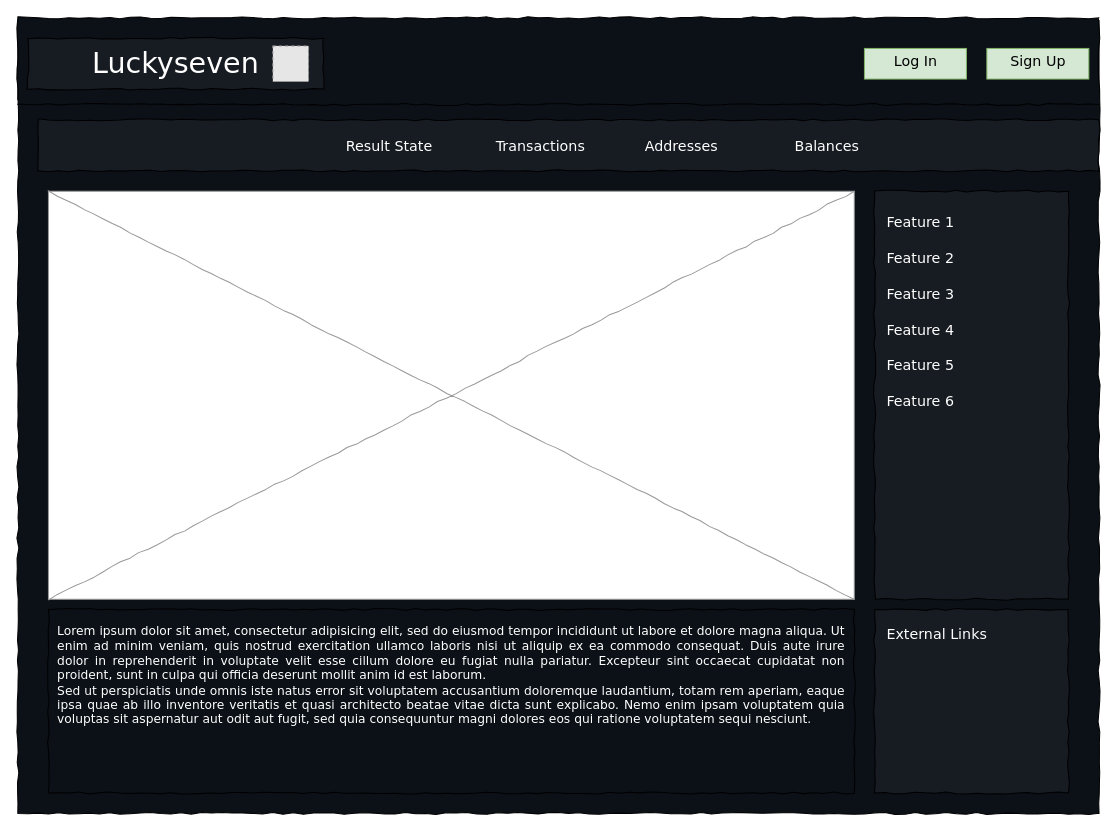
Earlier version of the draw.io diagram L7_MockUp.drawio (luckysevenio/luckyseven-finance-frontend). Source tidied: cells renumbered, new cells numbered last; positions are measured from the earlier drawing's top-left corner, leaving out a move shared by most shapes. Both pictures are drawn from the tidied source at 102%, with x=0, y=0 at pixel (17, 17). Pictures stored in the file or linked from it are replaced by grey dashed boxes.
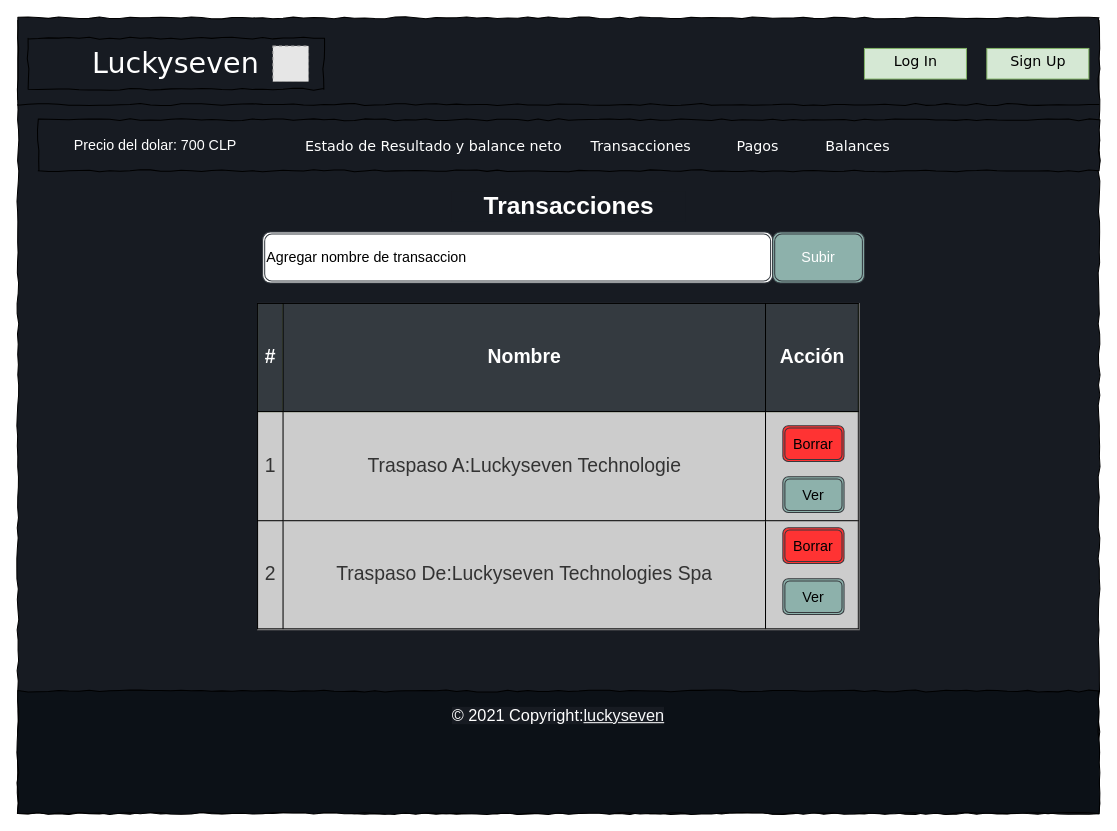
After the change.

Commit message:
Transaccion_MockUp

What changed in the source:
```diff
@@
-    <mxCell id="3" style="whiteSpace=wrap;html=1;rounded=0;shadow=0;labelBackgroundColor=#ffffff;strokeWidth=1;fontFamily=Verdana;fontSize=12;align=center;comic=1;fillColor=#0C1117;fontColor=#FFFFFF;gradientDirection=north;verticalAlign=middle;" parent="1" vertex="1">
+    <mxCell id="3" style="whiteSpace=wrap;html=1;rounded=0;shadow=0;labelBackgroundColor=#ffffff;strokeWidth=1;fontFamily=Verdana;fontSize=12;align=center;comic=1;fontColor=#FFFFFF;gradientDirection=north;verticalAlign=middle;fillColor=#171b22;" parent="1" vertex="1">
       <mxGeometry width="1060" height="780" as="geometry" />
     </mxCell>
@@
-    <mxCell id="8" value="Result State" style="text;html=1;align=left;verticalAlign=top;spacingTop=-4;fontSize=14;fontFamily=Verdana;fontColor=#FFFFFF;" parent="1" vertex="1">
-      <mxGeometry x="320" y="115" width="60" height="20" as="geometry" />
+    <mxCell id="8" value="Estado de Resultado y balance neto" style="text;html=1;align=left;verticalAlign=top;spacingTop=-4;fontSize=14;fontFamily=Verdana;fontColor=#FFFFFF;" parent="1" vertex="1">
+      <mxGeometry x="280" y="115" width="260" height="20" as="geometry" />
     </mxCell>
-    <mxCell id="9" value="Transactions" style="text;html=1;align=left;verticalAlign=top;spacingTop=-4;fontSize=14;fontFamily=Verdana;fontColor=#FFFFFF;" parent="1" vertex="1">
-      <mxGeometry x="467" y="115" width="60" height="20" as="geometry" />
+    <mxCell id="9" value="Transacciones" style="text;html=1;align=left;verticalAlign=top;spacingTop=-4;fontSize=14;fontFamily=Verdana;fontColor=#FFFFFF;" parent="1" vertex="1">
+      <mxGeometry x="560" y="115" width="103" height="20" as="geometry" />
     </mxCell>
-    <mxCell id="10" value="Addresses" style="text;html=1;align=left;verticalAlign=top;spacingTop=-4;fontSize=14;fontFamily=Verdana;fontColor=#FFFFFF;" parent="1" vertex="1">
-      <mxGeometry x="613" y="115" width="60" height="20" as="geometry" />
+    <mxCell id="10" value="Pagos" style="text;html=1;align=left;verticalAlign=top;spacingTop=-4;fontSize=14;fontFamily=Verdana;fontColor=#FFFFFF;" parent="1" vertex="1">
+      <mxGeometry x="703" y="115" width="47" height="20" as="geometry" />
     </mxCell>
     <mxCell id="11" value="Balances" style="text;html=1;align=left;verticalAlign=top;spacingTop=-4;fontSize=14;fontFamily=Verdana;fontColor=#FFFFFF;" parent="1" vertex="1">
-      <mxGeometry x="760" y="115" width="60" height="20" as="geometry" />
+      <mxGeometry x="790" y="115" width="60" height="25" as="geometry" />
     </mxCell>
-    <mxCell id="12" value="&lt;div style=&quot;text-align: justify&quot;&gt;&lt;span&gt;Lorem ipsum dolor sit amet, consectetur adipisicing elit, sed do eiusmod tempor incididunt ut labore et dolore magna aliqua. Ut enim ad minim veniam, quis nostrud exercitation ullamco laboris nisi ut aliquip ex ea commodo consequat. Duis aute irure dolor in reprehenderit in voluptate velit esse cillum dolore eu fugiat nulla pariatur. Excepteur sint occaecat cupidatat non proident, sunt in culpa qui officia deserunt mollit anim id est laborum.&lt;/span&gt;&lt;/div&gt;&lt;div style=&quot;text-align: justify&quot;&gt;&lt;span&gt;Sed ut perspiciatis unde omnis iste natus error sit voluptatem accusantium doloremque laudantium, totam rem aperiam, eaque ipsa quae ab illo inventore veritatis et quasi architecto beatae vitae dicta sunt explicabo. Nemo enim ipsam voluptatem quia voluptas sit aspernatur aut odit aut fugit, sed quia consequuntur magni dolores eos qui ratione voluptatem sequi nesciunt.&amp;nbsp;&lt;/span&gt;&lt;/div&gt;" style="whiteSpace=wrap;html=1;rounded=0;shadow=0;labelBackgroundColor=none;strokeWidth=1;fillColor=none;fontFamily=Verdana;fontSize=12;align=center;verticalAlign=top;spacing=10;comic=1;fontColor=#FFFFFF;" parent="1" vertex="1">
-      <mxGeometry x="30" y="580" width="790" height="180" as="geometry" />
+    <mxCell id="12" value="&lt;div style=&quot;text-align: justify&quot;&gt;&lt;span style=&quot;font-family: &amp;#34;oxygen&amp;#34; , sans-serif ; font-size: 16px ; text-align: center ; background-color: rgb(23 , 27 , 34)&quot;&gt;© 2021 Copyright:&lt;/span&gt;&lt;a class=&quot;text-light&quot; href=&quot;http://localhost:4200/&quot; style=&quot;box-sizing: border-box ; background-color: rgb(23 , 27 , 34) ; font-family: &amp;#34;oxygen&amp;#34; , sans-serif ; font-size: 16px ; text-align: center ; color: rgb(248 , 249 , 250)&quot;&gt;luckyseven&lt;/a&gt;&lt;br&gt;&lt;/div&gt;" style="whiteSpace=wrap;html=1;rounded=0;shadow=0;labelBackgroundColor=none;strokeWidth=1;fontFamily=Verdana;fontSize=12;align=center;verticalAlign=top;spacing=10;comic=1;fontColor=#FFFFFF;fillColor=#0c1117;" parent="1" vertex="1">
+      <mxGeometry y="660" width="1060" height="120" as="geometry" />
     </mxCell>
-    <mxCell id="13" style="verticalLabelPosition=bottom;shadow=0;dashed=0;align=center;html=1;verticalAlign=top;strokeWidth=1;shape=mxgraph.mockup.graphics.simpleIcon;strokeColor=#999999;rounded=0;labelBackgroundColor=none;fontFamily=Verdana;fontSize=14;fontColor=#000000;comic=1;" parent="1" vertex="1">
-      <mxGeometry x="30" y="170" width="790" height="400" as="geometry" />
-    </mxCell>
-    <mxCell id="14" style="whiteSpace=wrap;html=1;rounded=0;shadow=0;labelBackgroundColor=none;strokeWidth=1;fontFamily=Verdana;fontSize=12;align=center;comic=1;fontColor=#FFFFFF;fillColor=#171B22;" parent="1" vertex="1">
-      <mxGeometry x="840" y="170" width="190" height="400" as="geometry" />
-    </mxCell>
-    <mxCell id="15" style="whiteSpace=wrap;html=1;rounded=0;shadow=0;labelBackgroundColor=none;strokeWidth=1;fontFamily=Verdana;fontSize=12;align=center;comic=1;fillColor=#171B22;" parent="1" vertex="1">
-      <mxGeometry x="840" y="580" width="190" height="180" as="geometry" />
-    </mxCell>
-    <mxCell id="16" value="External Links" style="text;html=1;align=left;verticalAlign=top;spacingTop=-4;fontSize=14;fontFamily=Verdana;fontColor=#FFFFFF;" parent="1" vertex="1">
-      <mxGeometry x="850" y="593" width="170" height="20" as="geometry" />
-    </mxCell>
-    <mxCell id="17" value="Feature 1" style="text;html=1;align=left;verticalAlign=top;spacingTop=-4;fontSize=14;fontFamily=Verdana;fontColor=#FFFFFF;" parent="1" vertex="1">
-      <mxGeometry x="850" y="190" width="170" height="20" as="geometry" />
-    </mxCell>
-    <mxCell id="18" value="Feature 2" style="text;html=1;align=left;verticalAlign=top;spacingTop=-4;fontSize=14;fontFamily=Verdana;fontColor=#FFFFFF;" parent="1" vertex="1">
-      <mxGeometry x="850" y="225" width="170" height="20" as="geometry" />
-    </mxCell>
-    <mxCell id="19" value="Feature 3" style="text;html=1;align=left;verticalAlign=top;spacingTop=-4;fontSize=14;fontFamily=Verdana;fontColor=#FFFFFF;" parent="1" vertex="1">
-      <mxGeometry x="850" y="260" width="170" height="20" as="geometry" />
-    </mxCell>
-    <mxCell id="20" value="Feature 4" style="text;html=1;align=left;verticalAlign=top;spacingTop=-4;fontSize=14;fontFamily=Verdana;fontColor=#FFFFFF;" parent="1" vertex="1">
-      <mxGeometry x="850" y="295" width="170" height="20" as="geometry" />
-    </mxCell>
-    <mxCell id="21" value="Feature 5" style="text;html=1;align=left;verticalAlign=top;spacingTop=-4;fontSize=14;fontFamily=Verdana;fontColor=#FFFFFF;" parent="1" vertex="1">
-      <mxGeometry x="850" y="330" width="170" height="20" as="geometry" />
-    </mxCell>
-    <mxCell id="22" value="Feature 6" style="text;html=1;align=left;verticalAlign=top;spacingTop=-4;fontSize=14;fontFamily=Verdana;fontColor=#FFFFFF;" parent="1" vertex="1">
-      <mxGeometry x="850" y="365" width="170" height="20" as="geometry" />
-    </mxCell>
@@
+    <mxCell id="25" value="&lt;table border=&quot;1&quot; width=&quot;100%&quot; cellpadding=&quot;4&quot; style=&quot;width: 100% ; height: 100% ; border-collapse: collapse ; border: 1px solid rgb(0 , 0 , 0) ; font-size: 19px&quot;&gt;&lt;tbody&gt;&lt;tr style=&quot;background-color: rgb(167 , 201 , 66) ; color: rgb(255 , 255 , 255)&quot;&gt;&lt;th style=&quot;background-color: rgb(52 , 58 , 64)&quot;&gt;&lt;font style=&quot;font-size: 19px&quot;&gt;#&lt;/font&gt;&lt;/th&gt;&lt;th style=&quot;background-color: rgb(52 , 58 , 64)&quot;&gt;&lt;font style=&quot;font-size: 19px&quot;&gt;Nombre&lt;/font&gt;&lt;/th&gt;&lt;th style=&quot;background-color: rgb(52 , 58 , 64)&quot;&gt;Acción&lt;/th&gt;&lt;/tr&gt;&lt;tr&gt;&lt;td&gt;&lt;font style=&quot;font-size: 19px&quot;&gt;1&lt;/font&gt;&lt;/td&gt;&lt;td&gt;&lt;font style=&quot;font-size: 19px&quot;&gt;Traspaso A:Luckyseven Technologie&lt;br&gt;&lt;/font&gt;&lt;/td&gt;&lt;td&gt;&lt;font style=&quot;font-size: 19px&quot;&gt;&lt;br&gt;&lt;/font&gt;&lt;/td&gt;&lt;/tr&gt;&lt;tr&gt;&lt;td&gt;&lt;font style=&quot;font-size: 19px&quot;&gt;2&lt;/font&gt;&lt;/td&gt;&lt;td&gt;&lt;font&gt;Traspaso De:Luckyseven Technologies Spa&lt;br&gt;&lt;/font&gt;&lt;/td&gt;&lt;td style=&quot;border-collapse: collapse&quot;&gt;&lt;font style=&quot;font-size: 19px&quot;&gt;&lt;br&gt;&lt;/font&gt;&lt;/td&gt;&lt;/tr&gt;&lt;/tbody&gt;&lt;/table&gt;" style="text;html=1;overflow=fill;rounded=0;fontSize=14;strokeColor=#666666;fontColor=#333333;fillColor=#CCCCCC;align=center;" parent="1" vertex="1">
+      <mxGeometry x="235" y="280" width="590" height="320" as="geometry" />
+    </mxCell>
+    <mxCell id="26" value="Precio del dolar: 700 CLP" style="text;html=1;strokeColor=none;fillColor=none;align=center;verticalAlign=middle;whiteSpace=wrap;rounded=0;fontSize=14;fontColor=#FFFFFF;" parent="1" vertex="1">
+      <mxGeometry x="30" y="115" width="210" height="20" as="geometry" />
+    </mxCell>
+    <mxCell id="27" value="Borrar" style="shape=ext;double=1;rounded=1;whiteSpace=wrap;html=1;fontSize=14;strokeColor=#36393d;strokeWidth=1;fillColor=#FF3333;" parent="1" vertex="1">
+      <mxGeometry x="750" y="400" width="60" height="35" as="geometry" />
+    </mxCell>
+    <mxCell id="28" value="Borrar" style="shape=ext;double=1;rounded=1;whiteSpace=wrap;html=1;fontSize=14;strokeColor=#36393d;strokeWidth=1;fillColor=#FF3333;" parent="1" vertex="1">
+      <mxGeometry x="750" y="500" width="60" height="35" as="geometry" />
+    </mxCell>
+    <mxCell id="29" value="Ver" style="shape=ext;double=1;rounded=1;whiteSpace=wrap;html=1;fontSize=14;strokeColor=#36393d;strokeWidth=1;fillColor=#8DB1AB;" parent="1" vertex="1">
+      <mxGeometry x="750" y="450" width="60" height="35" as="geometry" />
+    </mxCell>
+    <mxCell id="30" value="Ver" style="shape=ext;double=1;rounded=1;whiteSpace=wrap;html=1;fontSize=14;strokeColor=#36393d;strokeWidth=1;fillColor=#8DB1AB;" parent="1" vertex="1">
+      <mxGeometry x="750" y="550" width="60" height="35" as="geometry" />
+    </mxCell>
+    <mxCell id="31" value="Transacciones" style="text;strokeColor=none;html=1;fontSize=24;fontStyle=1;verticalAlign=middle;align=center;fontColor=#FFFFFF;fillColor=#171B22;" parent="1" vertex="1">
+      <mxGeometry x="425" y="170" width="230" height="30" as="geometry" />
+    </mxCell>
+    <mxCell id="32" value="&lt;font color=&quot;#000000&quot;&gt;Agregar nombre de transaccion&lt;/font&gt;" style="shape=ext;double=1;rounded=1;whiteSpace=wrap;html=1;fontSize=14;fontColor=#FFFFFF;strokeColor=#343A40;strokeWidth=1;gradientColor=none;align=left;fillColor=#FFFFFF;" parent="1" vertex="1">
+      <mxGeometry x="240" y="210" width="500" height="50" as="geometry" />
+    </mxCell>
+    <mxCell id="33" value="Subir" style="shape=ext;double=1;rounded=1;whiteSpace=wrap;html=1;fontSize=14;fontColor=#FFFFFF;strokeColor=#343A40;strokeWidth=1;gradientColor=none;align=center;fillColor=#8db1ab;" parent="1" vertex="1">
+      <mxGeometry x="740" y="210" width="90" height="50" as="geometry" />
+    </mxCell>
```
